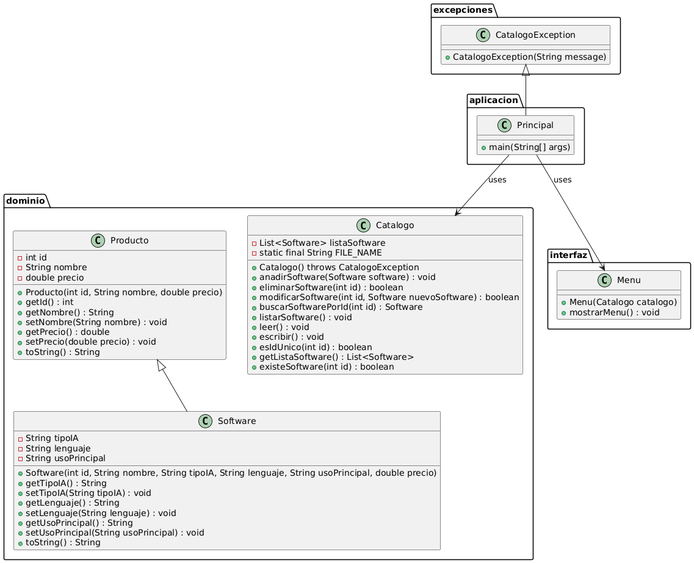
This is Primer Semestre/Practica_Final/DiagramaUML.png from Mgonzalo11/Programacion-I, a PlantUML export, as it was before one commit.
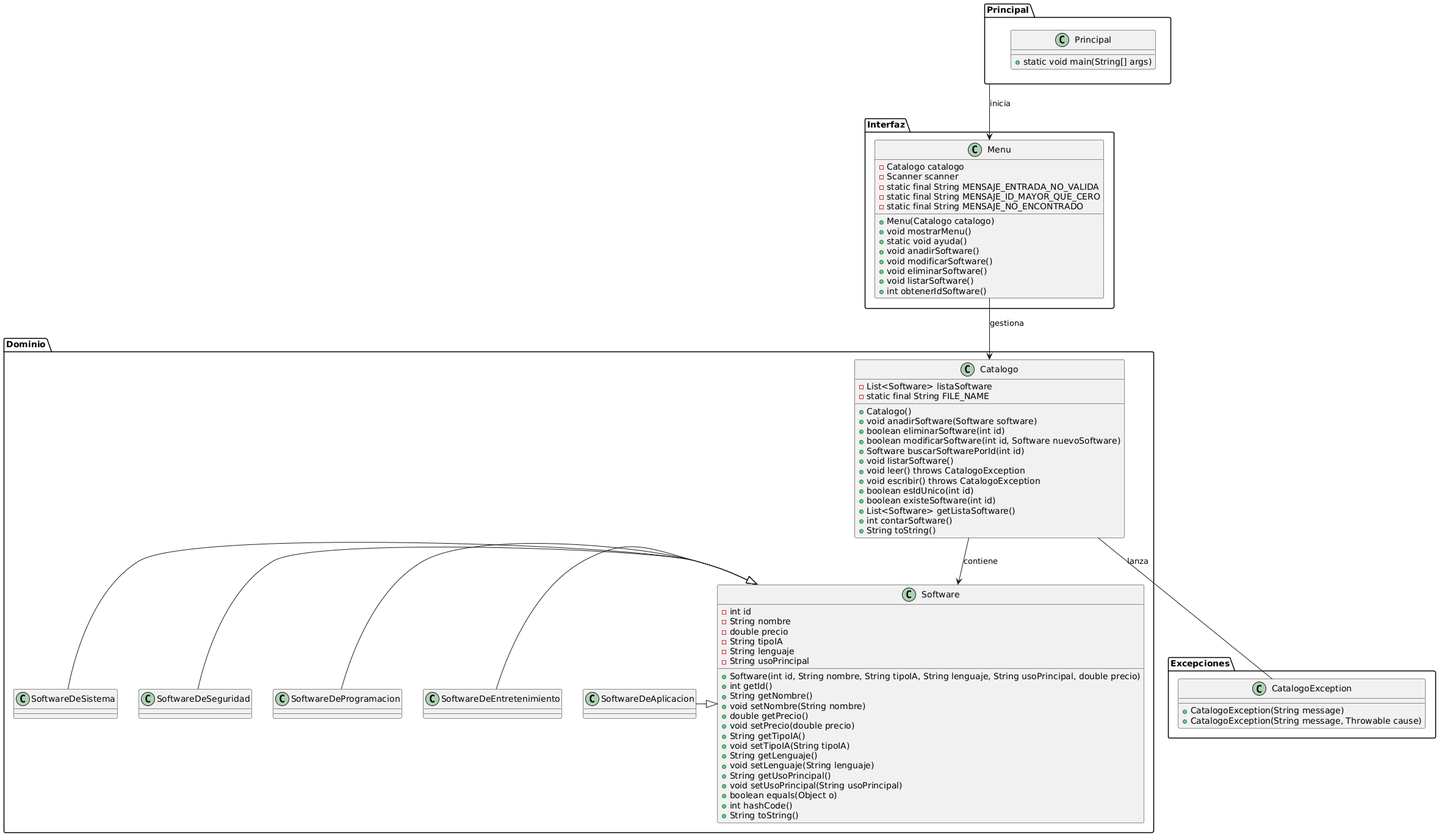
After the commit.

Diff of the diagram source:
```diff
@@ -1,69 +1,94 @@
 @startuml
-package aplicacion {
-    class Principal {
-        +main(String[] args)
+package "Dominio" {
+    class Software {
+        - int id
+        - String nombre
+        - double precio
+        - String tipoIA
+        - String lenguaje
+        - String usoPrincipal
+
+        + Software(int id, String nombre, String tipoIA, String lenguaje, String usoPrincipal, double precio)
+        + int getId()
+        + String getNombre()
+        + void setNombre(String nombre)
+        + double getPrecio()
+        + void setPrecio(double precio)
+        + String getTipoIA()
+        + void setTipoIA(String tipoIA)
+        + String getLenguaje()
+        + void setLenguaje(String lenguaje)
+        + String getUsoPrincipal()
+        + void setUsoPrincipal(String usoPrincipal)
+        + boolean equals(Object o)
+        + int hashCode()
+        + String toString()
+    }
+
+
+    SoftwareDeAplicacion -|> Software
+    SoftwareDeEntretenimiento -|> Software
+    SoftwareDeProgramacion -|> Software
+    SoftwareDeSeguridad -|> Software
+    SoftwareDeSistema -|> Software
+}
+
+package "Interfaz" {
+    class Menu {
+        - Catalogo catalogo
+        - Scanner scanner
+        - static final String MENSAJE_ENTRADA_NO_VALIDA
+        - static final String MENSAJE_ID_MAYOR_QUE_CERO
+        - static final String MENSAJE_NO_ENCONTRADO
+
+        + Menu(Catalogo catalogo)
+        + void mostrarMenu()
+        + static void ayuda()
+        + void anadirSoftware()
+        + void modificarSoftware()
+        + void eliminarSoftware()
+        + void listarSoftware()
+        + int obtenerIdSoftware()
     }
 }
 
-package dominio {
-    class Producto {
-        -int id
-        -String nombre
-        -double precio
-        +Producto(int id, String nombre, double precio)
-        +getId() : int
-        +getNombre() : String
-        +setNombre(String nombre) : void
-        +getPrecio() : double
-        +setPrecio(double precio) : void
-        +toString() : String
-    }
-
-    class Catalogo {
-        -List<Software> listaSoftware
-        -static final String FILE_NAME
-        +Catalogo() throws CatalogoException
-        +anadirSoftware(Software software) : void
-        +eliminarSoftware(int id) : boolean
-        +modificarSoftware(int id, Software nuevoSoftware) : boolean
-        +buscarSoftwarePorId(int id) : Software
-        +listarSoftware() : void
-        +leer() : void
-        +escribir() : void
-        +esIdUnico(int id) : boolean
-        +getListaSoftware() : List<Software>
-        +existeSoftware(int id) : boolean
-    }
-
-    class Software extends Producto {
-        -String tipoIA
-        -String lenguaje
-        -String usoPrincipal
-        +Software(int id, String nombre, String tipoIA, String lenguaje, String usoPrincipal, double precio)
-        +getTipoIA() : String
-        +setTipoIA(String tipoIA) : void
-        +getLenguaje() : String
-        +setLenguaje(String lenguaje) : void
-        +getUsoPrincipal() : String
-        +setUsoPrincipal(String usoPrincipal) : void
-        +toString() : String
+package "Excepciones" {
+    class CatalogoException {
+        + CatalogoException(String message)
+        + CatalogoException(String message, Throwable cause)
     }
 }
 
-package excepciones {
-    class CatalogoException {
-        +CatalogoException(String message)
+package "Principal" {
+    class Principal {
+        + static void main(String[] args)
     }
 }
 
-package interfaz {
-    class Menu {
-        +Menu(Catalogo catalogo)
-        +mostrarMenu() : void
+package "Dominio" {
+    class Catalogo {
+        - List<Software> listaSoftware
+        - static final String FILE_NAME
+
+        + Catalogo()
+        + void anadirSoftware(Software software)
+        + boolean eliminarSoftware(int id)
+        + boolean modificarSoftware(int id, Software nuevoSoftware)
+        + Software buscarSoftwarePorId(int id)
+        + void listarSoftware()
+        + void leer() throws CatalogoException
+        + void escribir() throws CatalogoException
+        + boolean esIdUnico(int id)
+        + boolean existeSoftware(int id)
+        + List<Software> getListaSoftware()
+        + int contarSoftware()
+        + String toString()
     }
 }
 
-Principal --> Catalogo : uses
-Principal --> Menu : uses
-CatalogoException <|-- Principal
+Catalogo --> Software : contiene
+Menu --> Catalogo : gestiona
+Principal --> Menu : inicia
+
+Catalogo -- CatalogoException : lanza
 @enduml
```
